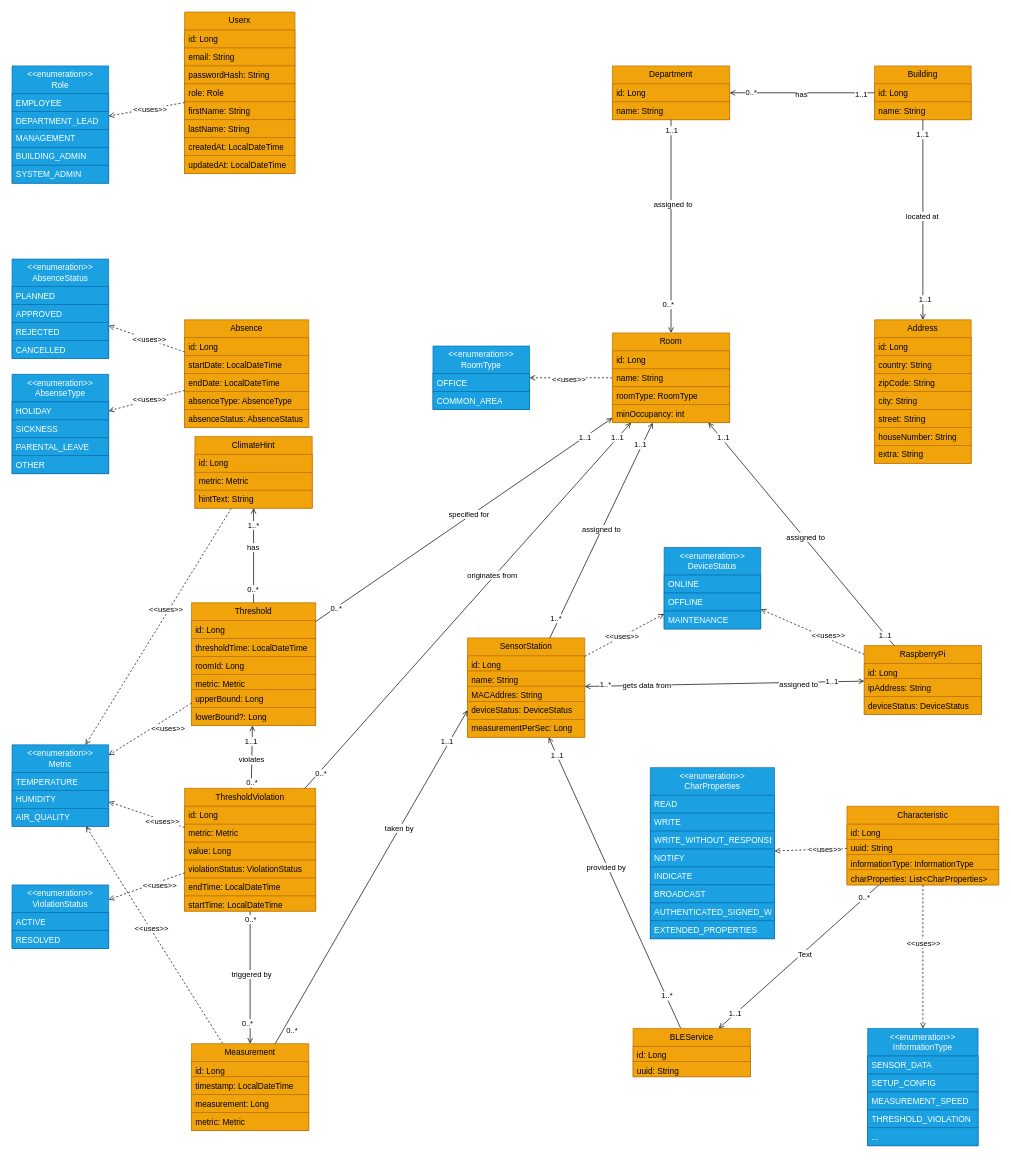
The draw.io diagram docs/Softwarekonzept_V2/images/climate-canary-webapp-backend .drawio in adriano-paganini/ClimateCanary, before the edit. Source tidied: cells renumbered, new cells numbered last; positions are measured from the earlier drawing's top-left corner, leaving out a move shared by most shapes. Both pictures are drawn from the tidied source at 69%, with x=0, y=0 at pixel (12, 12).
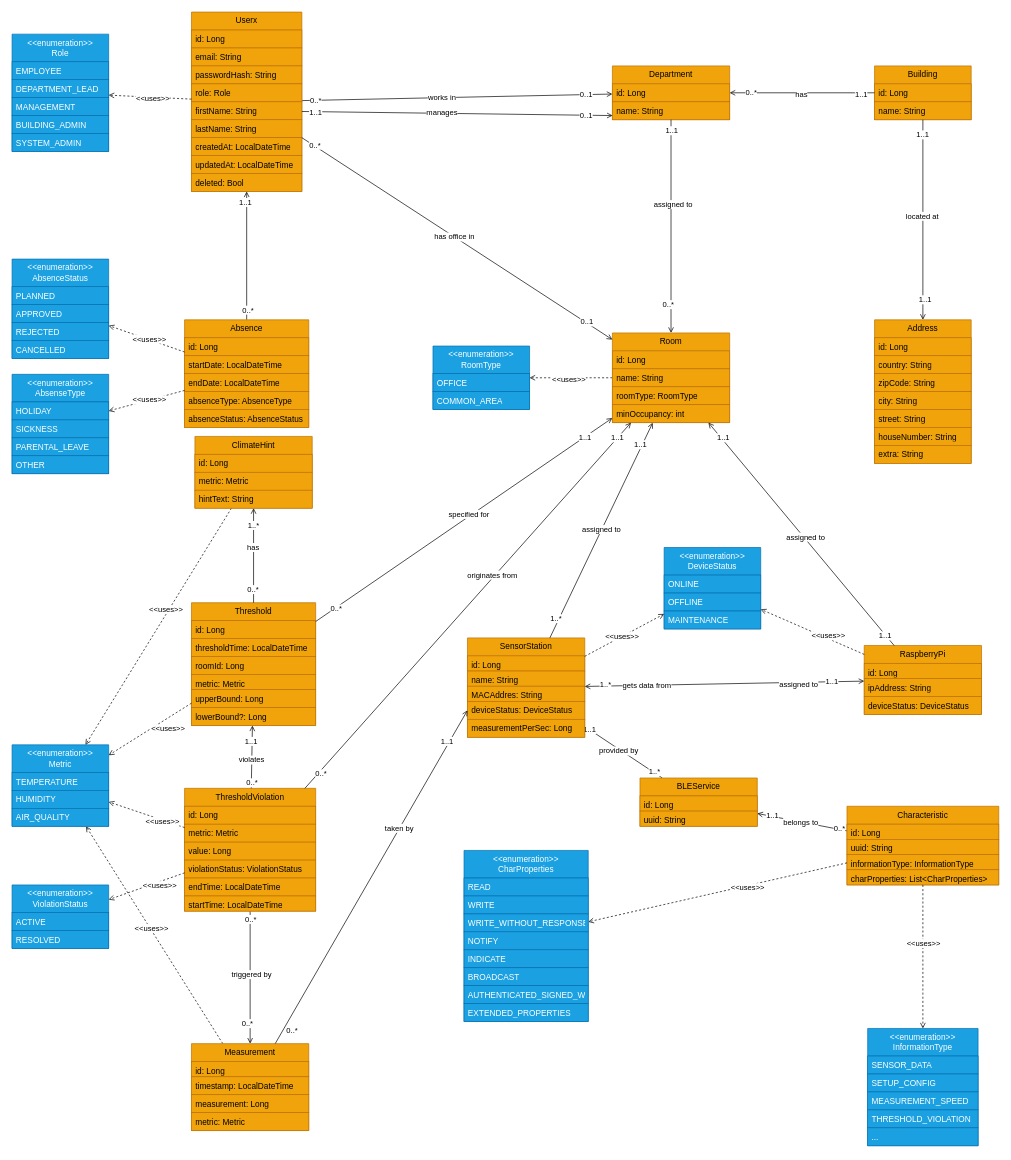
After the change.

Commit message (it also covers changes not shown here):
chore: final updates for UML - to be discussed on 18.03.26

The change refers to these unchanged cells:
```xml
<mxCell id="7" value="firstName: String" style="text;strokeColor=#BD7000;fillColor=#f0a30a;align=left;verticalAlign=top;spacingLeft=4;spacingRight=4;overflow=hidden;points=[[0,0.5],[1,0.5]];portConstraint=eastwest;whiteSpace=wrap;html=1;fontColor=#000000;" parent="2" vertex="1">
  <mxGeometry y="130" width="160" height="26" as="geometry" />
</mxCell>
<mxCell id="22" value="Absence" style="swimlane;fontStyle=0;horizontal=1;startSize=26;fillColor=#f0a30a;whiteSpace=wrap;html=1;fontColor=#000000;strokeColor=#BD7000;" parent="1" vertex="1">
  <mxGeometry x="250" y="446" width="180" height="156" as="geometry" />
</mxCell>
<mxCell id="43" value="Department" style="swimlane;fontStyle=0;horizontal=1;startSize=26;fillColor=#f0a30a;whiteSpace=wrap;html=1;fontColor=#000000;strokeColor=#BD7000;" parent="1" vertex="1">
  <mxGeometry x="870" y="78" width="170" height="78" as="geometry" />
</mxCell>
<mxCell id="45" value="name: String" style="text;strokeColor=#BD7000;fillColor=#f0a30a;align=left;verticalAlign=top;spacingLeft=4;spacingRight=4;overflow=hidden;points=[[0,0.5],[1,0.5]];portConstraint=eastwest;whiteSpace=wrap;html=1;fontColor=#000000;" parent="43" vertex="1">
  <mxGeometry y="52" width="170" height="26" as="geometry" />
</mxCell>
<mxCell id="56" value="Room" style="swimlane;fontStyle=0;horizontal=1;startSize=26;fillColor=#f0a30a;whiteSpace=wrap;html=1;fontColor=#000000;strokeColor=#BD7000;" parent="1" vertex="1">
  <mxGeometry x="870" y="465" width="170" height="130" as="geometry" />
</mxCell>
<mxCell id="174" style="rounded=0;jettySize=auto;html=1;endArrow=none;endFill=0;startArrow=open;startFill=0;" parent="1" edge="1" source="178" target="181">
  <mxGeometry relative="1" as="geometry" />
</mxCell>
```

What changed in the source:
```diff
@@
+    <mxCell id="205" style="rounded=0;jettySize=auto;html=1;endArrow=open;endFill=0;" parent="1" edge="1" source="2" target="43">
+      <mxGeometry relative="1" as="geometry" />
+    </mxCell>
+    <mxCell id="206" value="works in" style="edgeLabel;html=1;align=center;verticalAlign=middle;" parent="205" vertex="1">
+      <mxGeometry x="-0.1" y="1" relative="1" as="geometry" />
+    </mxCell>
+    <mxCell id="207" value="0..1" style="edgeLabel;html=1;align=center;verticalAlign=middle;" parent="205" vertex="1">
+      <mxGeometry x="0.83" relative="1" as="geometry" />
+    </mxCell>
+    <mxCell id="208" value="0..*" style="edgeLabel;html=1;align=center;verticalAlign=middle;" parent="205" vertex="1">
+      <mxGeometry x="-0.91" relative="1" as="geometry" />
+    </mxCell>
     <mxCell id="2" value="Userx" style="swimlane;fontStyle=0;horizontal=1;startSize=26;fillColor=#f0a30a;whiteSpace=wrap;html=1;fontColor=#000000;strokeColor=#BD7000;" parent="1" vertex="1">
-      <mxGeometry x="250" width="160" height="234" as="geometry" />
+      <mxGeometry x="260" width="160" height="260" as="geometry" />
     </mxCell>
@@
+    <mxCell id="209" value="deleted: Bool" style="text;strokeColor=#BD7000;fillColor=#f0a30a;align=left;verticalAlign=top;spacingLeft=4;spacingRight=4;overflow=hidden;whiteSpace=wrap;html=1;fontColor=#000000;" parent="2" vertex="1">
+      <mxGeometry y="234" width="160" height="26" as="geometry" />
+    </mxCell>
     <mxCell id="11" value="&lt;div&gt;&amp;lt;&amp;lt;enumeration&amp;gt;&amp;gt;&lt;/div&gt;Role" style="swimlane;fontStyle=0;horizontal=1;startSize=40;fillColor=#1ba1e2;whiteSpace=wrap;html=1;fontColor=#ffffff;strokeColor=#006EAF;" parent="1" vertex="1">
-      <mxGeometry y="78" width="140" height="170" as="geometry" />
+      <mxGeometry y="32" width="140" height="170" as="geometry" />
     </mxCell>
@@
+    <mxCell id="210" style="rounded=0;jettySize=auto;html=1;endArrow=open;endFill=0;" parent="1" edge="1" source="22" target="2">
+      <mxGeometry relative="1" as="geometry" />
+    </mxCell>
+    <mxCell id="211" value="1..1" style="edgeLabel;html=1;align=center;verticalAlign=middle;" parent="210" vertex="1">
+      <mxGeometry x="0.84" y="3" relative="1" as="geometry" />
+    </mxCell>
+    <mxCell id="212" value="0..*" style="edgeLabel;html=1;align=center;verticalAlign=middle;" parent="210" vertex="1">
+      <mxGeometry x="-0.84" y="-1" relative="1" as="geometry" />
+    </mxCell>
@@
     <mxCell id="175" value="1..1" style="edgeLabel;html=1;align=center;verticalAlign=middle;" parent="174" vertex="1">
-      <mxGeometry x="-0.79" y="1" relative="1" as="geometry" />
+      <mxGeometry x="-0.79" y="1" relative="1" as="geometry">
+        <mxPoint x="8" y="1" as="offset" />
+      </mxGeometry>
     </mxCell>
@@
-    <mxCell id="177" value="Text" style="edgeLabel;html=1;align=center;verticalAlign=middle;" parent="174" vertex="1">
-      <mxGeometry x="0.05" y="-3" relative="1" as="geometry" />
-    </mxCell>
+    <mxCell id="213" value="belongs to" style="edgeLabel;html=1;align=center;verticalAlign=middle;" parent="174" vertex="1">
+      <mxGeometry x="-0.04" relative="1" as="geometry" />
+    </mxCell>
     <mxCell id="178" value="BLEService" style="swimlane;fontStyle=0;horizontal=1;startSize=26;fillColor=#f0a30a;whiteSpace=wrap;html=1;fontColor=#000000;strokeColor=#BD7000;" parent="1" vertex="1">
-      <mxGeometry x="900" y="1473" width="170" height="70" as="geometry" />
+      <mxGeometry x="910" y="1110" width="170" height="70" as="geometry" />
     </mxCell>
@@
     <mxCell id="186" value="&lt;div&gt;&amp;lt;&amp;lt;enumeration&amp;gt;&amp;gt;&lt;/div&gt;CharProperties" style="swimlane;fontStyle=0;horizontal=1;startSize=40;fillColor=#1ba1e2;whiteSpace=wrap;html=1;fontColor=#ffffff;strokeColor=#006EAF;" parent="1" vertex="1">
-      <mxGeometry x="925" y="1095" width="180" height="248" as="geometry" />
+      <mxGeometry x="655" y="1215" width="180" height="248" as="geometry" />
     </mxCell>
@@
+    <mxCell id="214" style="rounded=0;jettySize=auto;html=1;endArrow=open;endFill=0;" parent="1" edge="1" source="2" target="56">
+      <mxGeometry relative="1" as="geometry" />
+    </mxCell>
+    <mxCell id="215" value="0..1" style="edgeLabel;html=1;align=center;verticalAlign=middle;" parent="214" vertex="1">
+      <mxGeometry x="0.83" y="1" relative="1" as="geometry" />
+    </mxCell>
+    <mxCell id="216" value="0..*" style="edgeLabel;html=1;align=center;verticalAlign=middle;" parent="214" vertex="1">
+      <mxGeometry x="-0.92" y="1" relative="1" as="geometry" />
+    </mxCell>
+    <mxCell id="217" value="has office in" style="edgeLabel;html=1;align=center;verticalAlign=middle;" parent="214" vertex="1">
+      <mxGeometry x="-0.02" relative="1" as="geometry" />
+    </mxCell>
+    <mxCell id="218" style="rounded=0;jettySize=auto;html=1;endArrow=open;endFill=0;entryX=0.002;entryY=0.769;entryDx=0;entryDy=0;entryPerimeter=0;" parent="1" edge="1" source="7" target="45">
+      <mxGeometry relative="1" as="geometry" />
+    </mxCell>
+    <mxCell id="219" value="manages" style="edgeLabel;html=1;align=center;verticalAlign=middle;" parent="218" vertex="1">
+      <mxGeometry x="-0.1" y="1" relative="1" as="geometry" />
+    </mxCell>
+    <mxCell id="220" value="0..1" style="edgeLabel;html=1;align=center;verticalAlign=middle;" parent="218" vertex="1">
+      <mxGeometry x="0.83" relative="1" as="geometry" />
+    </mxCell>
+    <mxCell id="221" value="1..1" style="edgeLabel;html=1;align=center;verticalAlign=middle;" parent="218" vertex="1">
+      <mxGeometry x="-0.91" relative="1" as="geometry" />
+    </mxCell>
```
